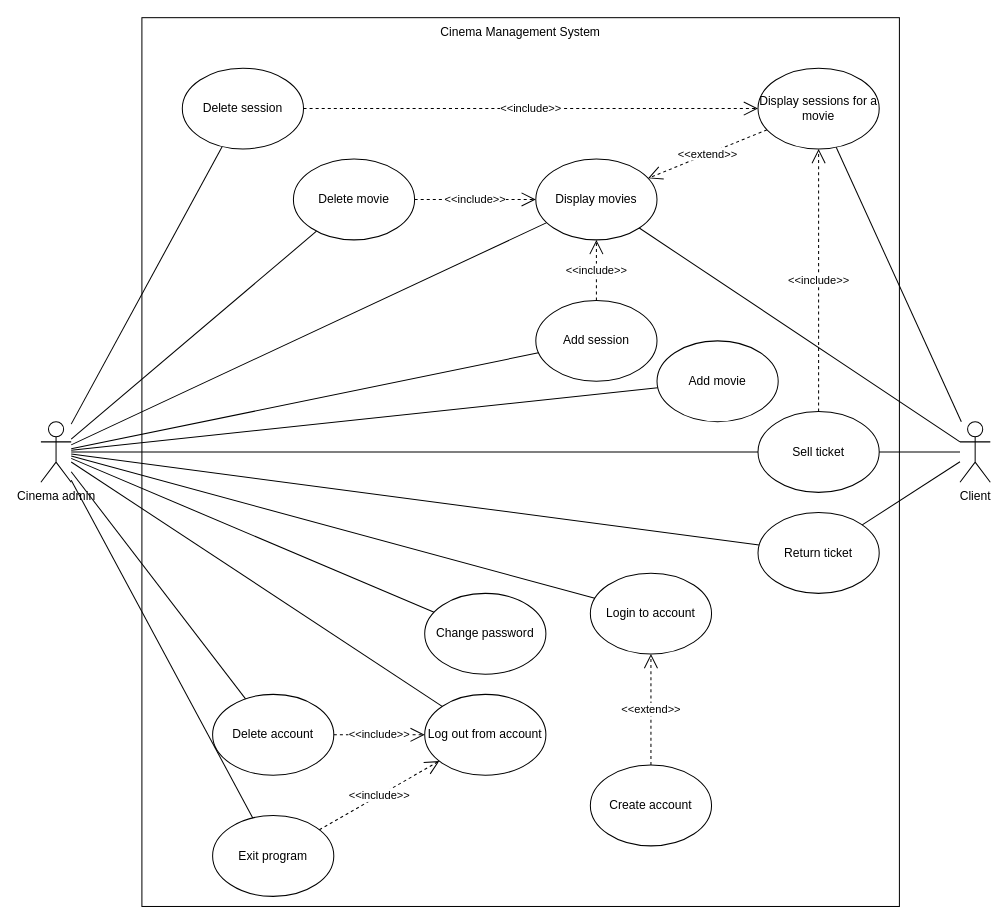
This is src/main/diagrams/use_case_diagram.drawio from ilya-nvk/software-design-hw1, a draw.io file, before an edit. Source tidied: cells renumbered, new cells numbered last; positions are measured from the earlier drawing's top-left corner, leaving out a move shared by most shapes. Both pictures are drawn from the tidied source at 101%, with x=0, y=0 at pixel (40, 17).
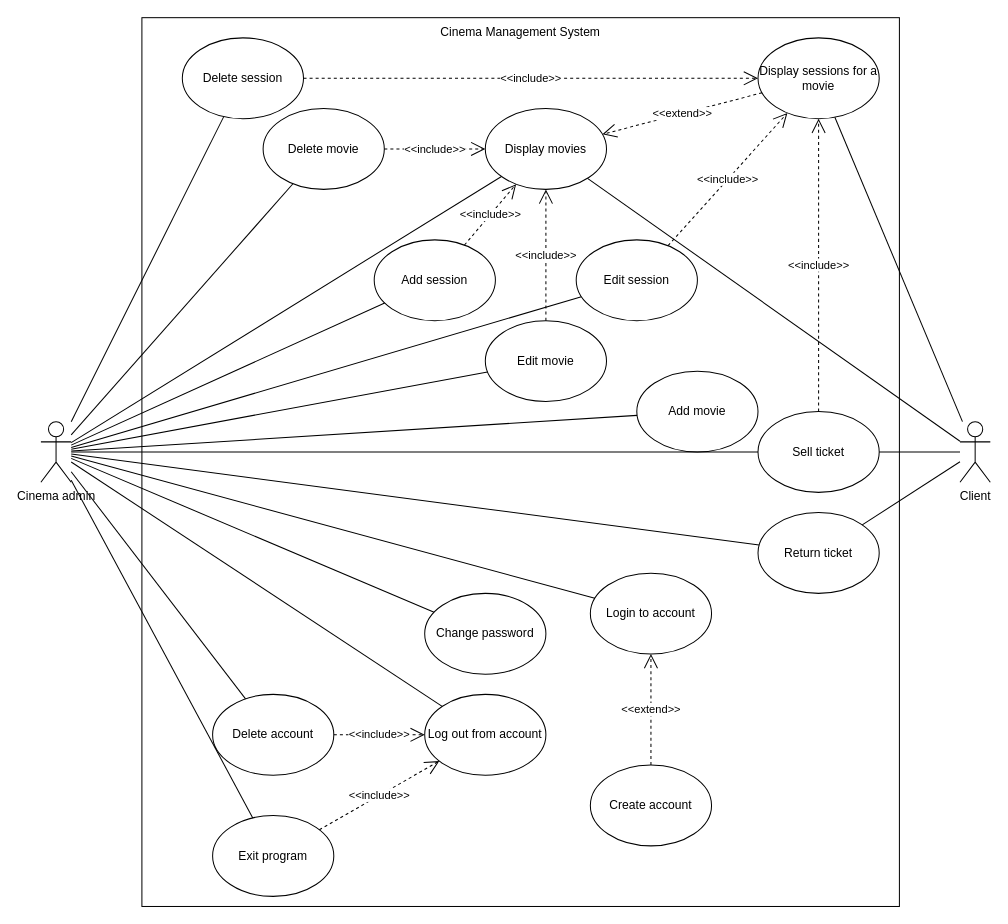
The same page after the edit.

The change refers to these unchanged cells:
```xml
<mxCell id="3" value="Cinema admin" style="shape=umlActor;verticalLabelPosition=bottom;verticalAlign=top;html=1;outlineConnect=0;" parent="1" vertex="1">
  <mxGeometry y="400" width="30" height="60" as="geometry" />
</mxCell>
```

The edit, as a diff of the source:
```diff
@@
     <mxCell id="4" value="Display movies" style="ellipse;whiteSpace=wrap;html=1;" parent="1" vertex="1">
-      <mxGeometry x="490" y="140" width="120" height="80" as="geometry" />
+      <mxGeometry x="440" y="90" width="120" height="80" as="geometry" />
     </mxCell>
     <mxCell id="5" value="Display sessions for a movie" style="ellipse;whiteSpace=wrap;html=1;" parent="1" vertex="1">
-      <mxGeometry x="710" y="50" width="120" height="80" as="geometry" />
+      <mxGeometry x="710" y="20" width="120" height="80" as="geometry" />
     </mxCell>
@@
     <mxCell id="8" value="Add movie" style="ellipse;whiteSpace=wrap;html=1;" parent="1" vertex="1">
-      <mxGeometry x="610" y="320" width="120" height="80" as="geometry" />
+      <mxGeometry x="590" y="350" width="120" height="80" as="geometry" />
     </mxCell>
     <mxCell id="9" value="Add session" style="ellipse;whiteSpace=wrap;html=1;" parent="1" vertex="1">
-      <mxGeometry x="490" y="280" width="120" height="80" as="geometry" />
+      <mxGeometry x="330" y="220" width="120" height="80" as="geometry" />
     </mxCell>
     <mxCell id="10" value="Delete movie" style="ellipse;whiteSpace=wrap;html=1;" parent="1" vertex="1">
-      <mxGeometry x="250" y="140" width="120" height="80" as="geometry" />
+      <mxGeometry x="220" y="90" width="120" height="80" as="geometry" />
     </mxCell>
     <mxCell id="11" value="Delete session" style="ellipse;whiteSpace=wrap;html=1;" parent="1" vertex="1">
-      <mxGeometry x="140" y="50" width="120" height="80" as="geometry" />
+      <mxGeometry x="140" y="20" width="120" height="80" as="geometry" />
     </mxCell>
@@
+    <mxCell id="44" value="Edit movie" style="ellipse;whiteSpace=wrap;html=1;" parent="1" vertex="1">
+      <mxGeometry x="440" y="300" width="120" height="80" as="geometry" />
+    </mxCell>
+    <mxCell id="45" style="endArrow=none;html=1;rounded=0;" parent="1" edge="1" source="3" target="49">
+      <mxGeometry relative="1" as="geometry" />
+    </mxCell>
+    <mxCell id="46" style="endArrow=none;html=1;rounded=0;" parent="1" edge="1" source="3" target="44">
+      <mxGeometry relative="1" as="geometry" />
+    </mxCell>
+    <mxCell id="47" value="&amp;lt;&amp;lt;include&amp;gt;&amp;gt;" style="endArrow=open;endSize=12;dashed=1;html=1;rounded=0;" parent="1" edge="1" source="49" target="5">
+      <mxGeometry relative="1" as="geometry" />
+    </mxCell>
+    <mxCell id="48" value="&amp;lt;&amp;lt;include&amp;gt;&amp;gt;" style="endArrow=open;endSize=12;dashed=1;html=1;rounded=0;" parent="1" edge="1" source="44" target="4">
+      <mxGeometry relative="1" as="geometry" />
+    </mxCell>
@@
+    <mxCell id="49" value="Edit session" style="ellipse;whiteSpace=wrap;html=1;" parent="1" vertex="1">
+      <mxGeometry x="530" y="220" width="120" height="80" as="geometry" />
+    </mxCell>
```
